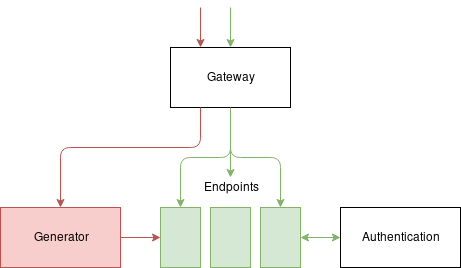
Before: img/architecture.png, a diagram exported from draw.io (JurajKubrican/dp_thesis). Source tidied: cells renumbered, new cells last; positions are measured from the earlier drawing's top-left corner, leaving out a move shared by most shapes.
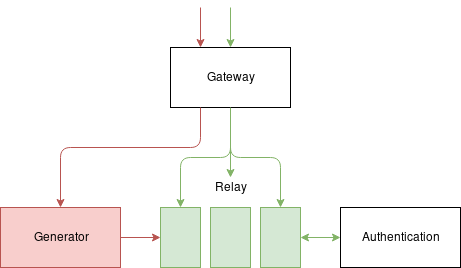
After the commit.

Diff of the diagram source:
```diff
@@ -50,7 +50,7 @@
         <mxPoint x="200" as="sourcePoint" />
       </mxGeometry>
     </mxCell>
-    <mxCell id="15" value="&lt;div&gt;Endpoints&lt;/div&gt;" style="text;html=1;strokeColor=none;fillColor=none;align=center;verticalAlign=middle;whiteSpace=wrap;rounded=0;" parent="1" vertex="1">
+    <mxCell id="15" value="Relay" style="text;html=1;strokeColor=none;fillColor=none;align=center;verticalAlign=middle;whiteSpace=wrap;rounded=0;" parent="1" vertex="1">
       <mxGeometry x="210" y="170" width="40" height="20" as="geometry" />
     </mxCell>
     <mxCell id="16" style="edgeStyle=orthogonalEdgeStyle;rounded=1;jettySize=auto;html=1;exitX=0.5;exitY=1;exitDx=0;exitDy=0;entryX=0.5;entryY=0;entryDx=0;entryDy=0;fillColor=#d5e8d4;strokeColor=#82b366;" parent="1" edge="1" source="4" target="15">
```
